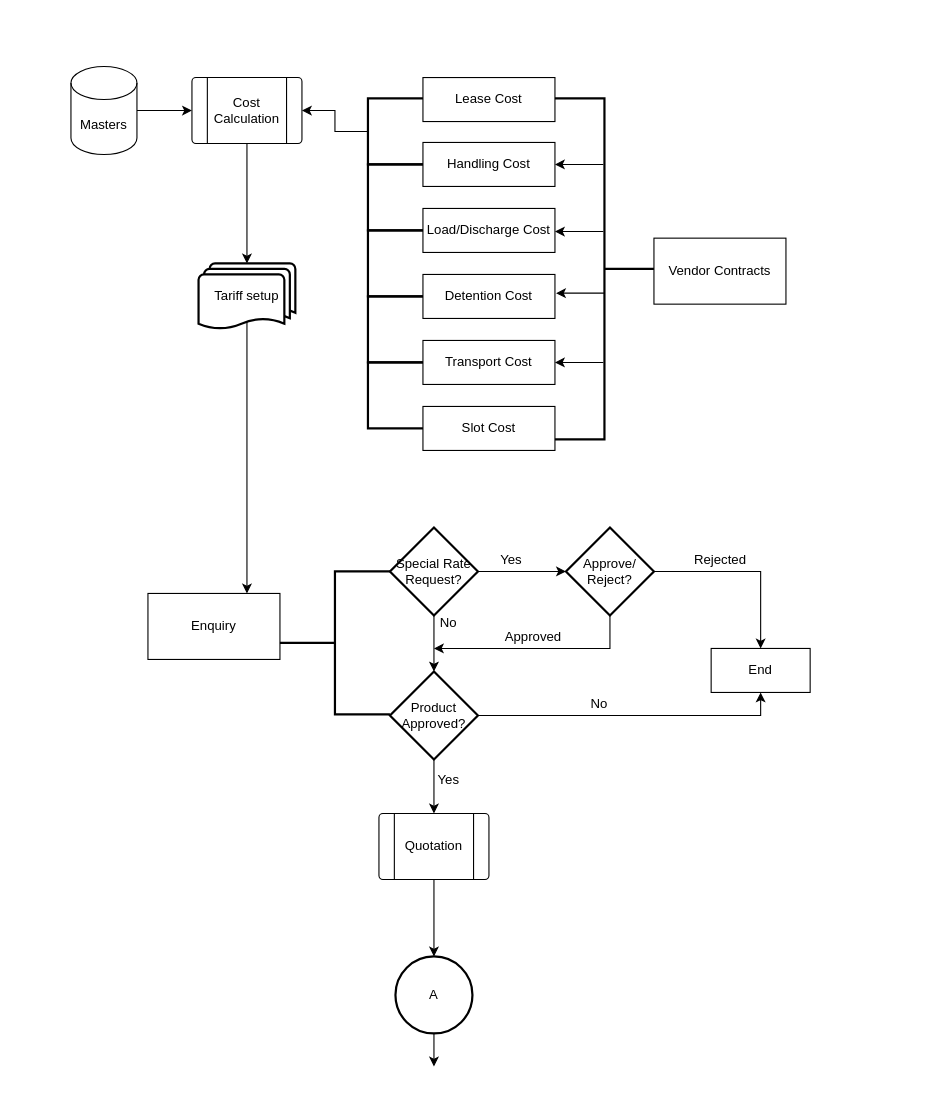
Anket17/update1 keeps this draw.io diagram as page "Page-1" (1 of 2) of DryFlow1.drawio. Above is the earlier version. Source tidied: cells renumbered, new cells numbered last; positions are measured from the earlier drawing's top-left corner, leaving out a move shared by most shapes. Both pictures are drawn from the tidied source at 110%, with x=0, y=0 at pixel (70, 66).
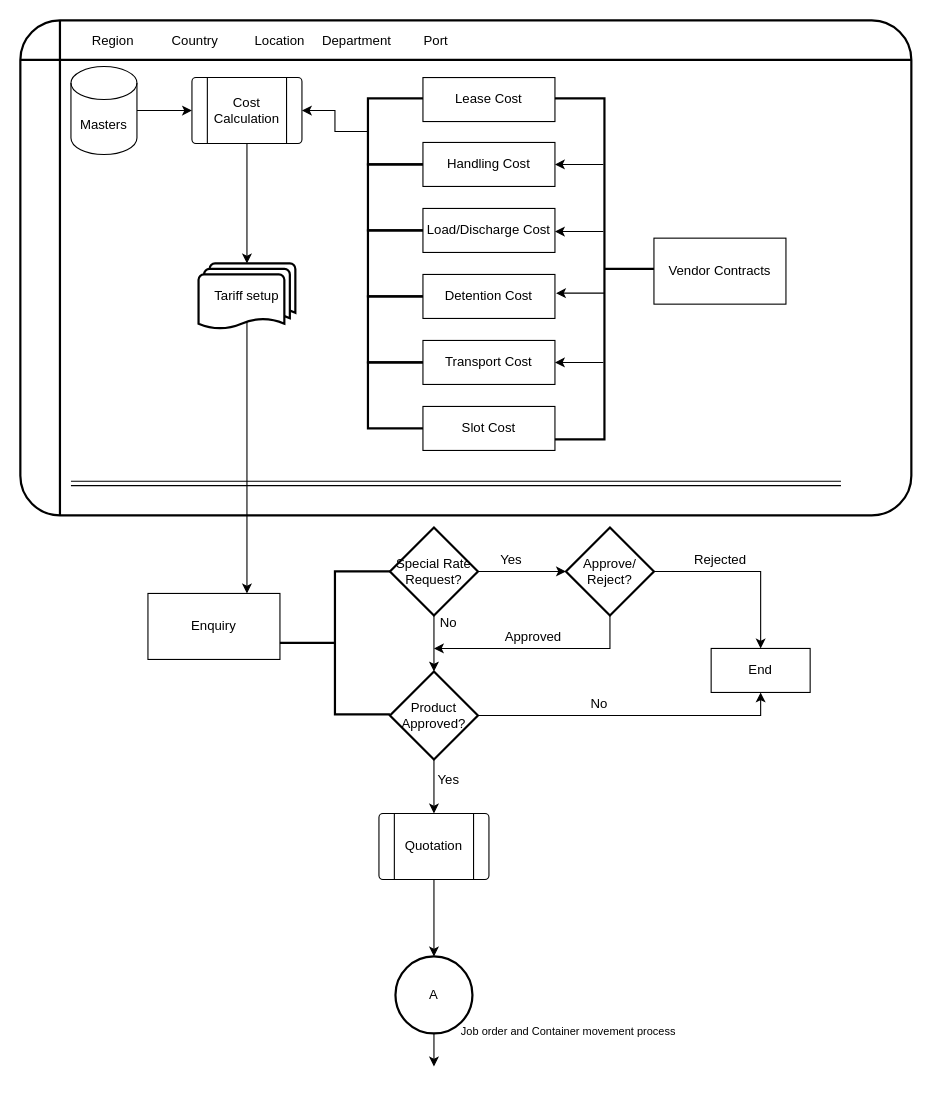
The same page after the edit.

Commit message:
commit after Demo to jim

Change to the diagram source:
```diff
@@
+    <mxCell id="48" style="endArrow=none;html=1;shape=link;" parent="1" edge="1">
+      <mxGeometry relative="1" as="geometry">
+        <mxPoint y="379" as="sourcePoint" />
+        <mxPoint x="700" y="379" as="targetPoint" />
+      </mxGeometry>
+    </mxCell>
+    <mxCell id="49" style="shape=internalStorage;whiteSpace=wrap;html=1;dx=19;dy=19;rounded=1;arcSize=8;strokeWidth=2;labelBackgroundColor=none;noLabel=1;fontColor=none;fillColor=none;" parent="1" vertex="1">
+      <mxGeometry x="-46" y="-42" width="810" height="450" as="geometry" />
+    </mxCell>
+    <mxCell id="50" value="Region&amp;nbsp;" style="text;html=1;strokeColor=none;fillColor=none;align=center;verticalAlign=middle;whiteSpace=wrap;rounded=0;labelBackgroundColor=none;fontColor=none;" parent="1" vertex="1">
+      <mxGeometry x="20" y="-33" width="40" height="20" as="geometry" />
+    </mxCell>
+    <mxCell id="51" value="Country" style="text;html=1;strokeColor=none;fillColor=none;align=center;verticalAlign=middle;whiteSpace=wrap;rounded=0;labelBackgroundColor=none;fontColor=none;" parent="1" vertex="1">
+      <mxGeometry x="93" y="-33" width="40" height="20" as="geometry" />
+    </mxCell>
+    <mxCell id="52" value="Port" style="text;html=1;strokeColor=none;fillColor=none;align=center;verticalAlign=middle;whiteSpace=wrap;rounded=0;labelBackgroundColor=none;fontColor=none;" parent="1" vertex="1">
+      <mxGeometry x="312" y="-33" width="40" height="20" as="geometry" />
+    </mxCell>
+    <mxCell id="53" value="Department" style="text;html=1;strokeColor=none;fillColor=none;align=center;verticalAlign=middle;whiteSpace=wrap;rounded=0;labelBackgroundColor=none;fontColor=none;" parent="1" vertex="1">
+      <mxGeometry x="240" y="-33" width="40" height="20" as="geometry" />
+    </mxCell>
+    <mxCell id="54" value="Location" style="text;html=1;strokeColor=none;fillColor=none;align=center;verticalAlign=middle;whiteSpace=wrap;rounded=0;labelBackgroundColor=none;fontColor=none;" parent="1" vertex="1">
+      <mxGeometry x="170" y="-33" width="40" height="20" as="geometry" />
+    </mxCell>
+    <mxCell id="55" value="Job order and Container movement process" style="text;html=1;align=center;verticalAlign=middle;fontSize=10;fontColor=#000000;" parent="1" vertex="1">
+      <mxGeometry x="347" y="867" width="210" height="20" as="geometry" />
+    </mxCell>
```
